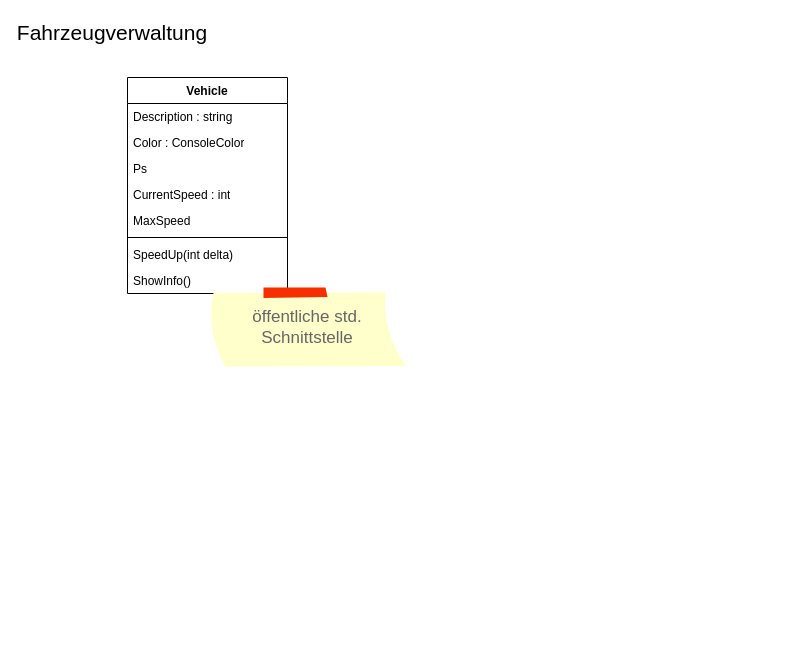
atillakati/sw_developer_2023_trainer keeps this draw.io diagram as src/20231107/Classdiagram_Fahrzeugverwaltung.drawio. Above is the earlier version. Source tidied: cells renumbered, new cells numbered last; positions are measured from the earlier drawing's top-left corner, leaving out a move shared by most shapes. Both pictures are drawn from the tidied source at 100%, with x=0, y=0 at pixel (37, 17).
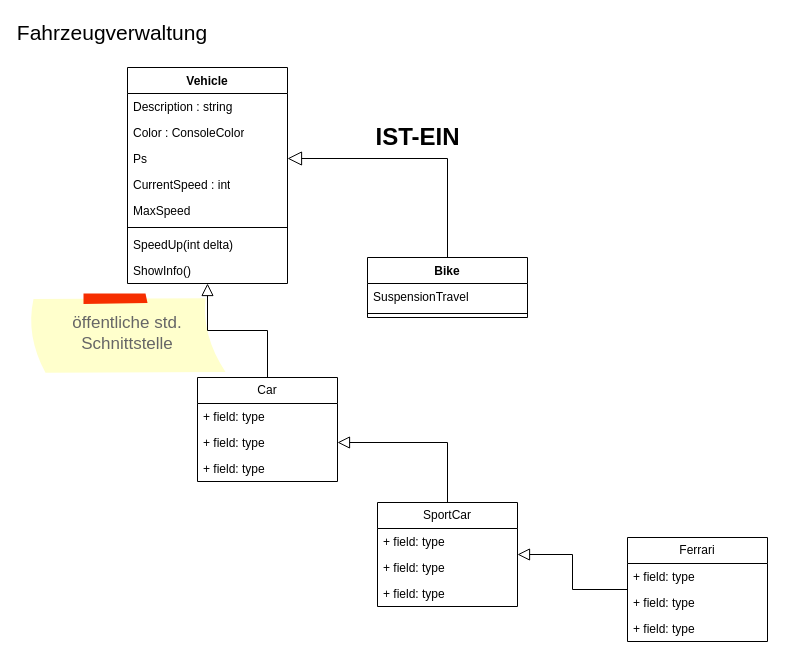
The same page after the edit.

Unchanged cells that the change refers to:
```xml
<mxCell id="5" value="Ps" style="text;strokeColor=none;fillColor=none;align=left;verticalAlign=top;spacingLeft=4;spacingRight=4;overflow=hidden;points=[[0,0.5],[1,0.5]];portConstraint=eastwest;whiteSpace=wrap;html=1;" parent="2" vertex="1">
  <mxGeometry y="78" width="160" height="26" as="geometry" />
</mxCell>
```

Diff of the diagram source:
```diff
@@
     <mxCell id="2" value="Vehicle" style="swimlane;fontStyle=1;align=center;verticalAlign=top;horizontal=1;startSize=26;whiteSpace=wrap;html=1;" parent="1" vertex="1">
-      <mxGeometry x="90" y="60" width="160" height="216" as="geometry" />
+      <mxGeometry x="90" y="50" width="160" height="216" as="geometry" />
     </mxCell>
@@
     <mxCell id="12" value="öffentliche std. Schnittstelle" style="strokeWidth=1;shadow=0;dashed=0;align=center;html=1;shape=mxgraph.mockup.text.stickyNote2;fontColor=#666666;mainText=;fontSize=17;whiteSpace=wrap;fillColor=#ffffcc;strokeColor=#F62E00;" parent="1" vertex="1">
-      <mxGeometry x="170" y="270" width="200" height="80" as="geometry" />
+      <mxGeometry x="-10" y="276" width="200" height="80" as="geometry" />
     </mxCell>
+    <mxCell id="13" value="Bike" style="swimlane;fontStyle=1;align=center;verticalAlign=top;horizontal=1;startSize=26;whiteSpace=wrap;html=1;" parent="1" vertex="1">
+      <mxGeometry x="330" y="240" width="160" height="60" as="geometry" />
+    </mxCell>
+    <mxCell id="14" value="SuspensionTravel" style="text;strokeColor=none;fillColor=none;align=left;verticalAlign=top;spacingLeft=4;spacingRight=4;overflow=hidden;whiteSpace=wrap;html=1;" parent="13" vertex="1">
+      <mxGeometry y="26" width="160" height="26" as="geometry" />
+    </mxCell>
+    <mxCell id="15" style="line;strokeWidth=1;fillColor=none;align=left;verticalAlign=middle;spacingTop=-1;spacingLeft=3;spacingRight=3;labelPosition=right;strokeColor=inherit;" parent="13" vertex="1">
+      <mxGeometry y="52" width="160" height="8" as="geometry" />
+    </mxCell>
+    <mxCell id="16" style="edgeStyle=orthogonalEdgeStyle;rounded=0;jettySize=auto;html=1;endArrow=block;endFill=0;endSize=12;exitX=0.5;exitY=0;exitDx=0;exitDy=0;" parent="1" edge="1" source="13" target="5">
+      <mxGeometry relative="1" as="geometry" />
+    </mxCell>
+    <mxCell id="17" value="IST-EIN" style="text;strokeColor=none;fillColor=none;html=1;fontSize=24;fontStyle=1;verticalAlign=middle;align=center;" parent="1" vertex="1">
+      <mxGeometry x="330" y="100" width="100" height="40" as="geometry" />
+    </mxCell>
+    <mxCell id="18" style="edgeStyle=orthogonalEdgeStyle;rounded=0;jettySize=auto;html=1;endArrow=block;endFill=0;endSize=10;" parent="1" edge="1" source="19" target="2">
+      <mxGeometry relative="1" as="geometry" />
+    </mxCell>
+    <mxCell id="19" value="Car" style="swimlane;fontStyle=0;horizontal=1;startSize=26;fillColor=none;whiteSpace=wrap;html=1;" parent="1" vertex="1">
+      <mxGeometry x="160" y="360" width="140" height="104" as="geometry" />
+    </mxCell>
+    <mxCell id="20" value="+ field: type" style="text;strokeColor=none;fillColor=none;align=left;verticalAlign=top;spacingLeft=4;spacingRight=4;overflow=hidden;whiteSpace=wrap;html=1;" parent="19" vertex="1">
+      <mxGeometry y="26" width="140" height="26" as="geometry" />
+    </mxCell>
+    <mxCell id="21" value="+ field: type" style="text;strokeColor=none;fillColor=none;align=left;verticalAlign=top;spacingLeft=4;spacingRight=4;overflow=hidden;points=[[0,0.5],[1,0.5]];portConstraint=eastwest;whiteSpace=wrap;html=1;" parent="19" vertex="1">
+      <mxGeometry y="52" width="140" height="26" as="geometry" />
+    </mxCell>
+    <mxCell id="22" value="+ field: type" style="text;strokeColor=none;fillColor=none;align=left;verticalAlign=top;spacingLeft=4;spacingRight=4;overflow=hidden;whiteSpace=wrap;html=1;" parent="19" vertex="1">
+      <mxGeometry y="78" width="140" height="26" as="geometry" />
+    </mxCell>
+    <mxCell id="23" style="edgeStyle=orthogonalEdgeStyle;rounded=0;jettySize=auto;html=1;endArrow=block;endFill=0;endSize=10;" parent="1" edge="1" source="24" target="21">
+      <mxGeometry relative="1" as="geometry" />
+    </mxCell>
+    <mxCell id="24" value="SportCar" style="swimlane;fontStyle=0;horizontal=1;startSize=26;fillColor=none;whiteSpace=wrap;html=1;" parent="1" vertex="1">
+      <mxGeometry x="340" y="485" width="140" height="104" as="geometry" />
+    </mxCell>
+    <mxCell id="25" value="+ field: type" style="text;strokeColor=none;fillColor=none;align=left;verticalAlign=top;spacingLeft=4;spacingRight=4;overflow=hidden;whiteSpace=wrap;html=1;" parent="24" vertex="1">
+      <mxGeometry y="26" width="140" height="26" as="geometry" />
+    </mxCell>
+    <mxCell id="26" value="+ field: type" style="text;strokeColor=none;fillColor=none;align=left;verticalAlign=top;spacingLeft=4;spacingRight=4;overflow=hidden;whiteSpace=wrap;html=1;" parent="24" vertex="1">
+      <mxGeometry y="52" width="140" height="26" as="geometry" />
+    </mxCell>
+    <mxCell id="27" value="+ field: type" style="text;strokeColor=none;fillColor=none;align=left;verticalAlign=top;spacingLeft=4;spacingRight=4;overflow=hidden;whiteSpace=wrap;html=1;" parent="24" vertex="1">
+      <mxGeometry y="78" width="140" height="26" as="geometry" />
+    </mxCell>
+    <mxCell id="28" style="edgeStyle=orthogonalEdgeStyle;rounded=0;jettySize=auto;html=1;endArrow=block;endFill=0;endSize=10;" parent="1" edge="1" source="29" target="24">
+      <mxGeometry relative="1" as="geometry" />
+    </mxCell>
+    <mxCell id="29" value="Ferrari" style="swimlane;fontStyle=0;horizontal=1;startSize=26;fillColor=none;whiteSpace=wrap;html=1;" parent="1" vertex="1">
+      <mxGeometry x="590" y="520" width="140" height="104" as="geometry" />
+    </mxCell>
+    <mxCell id="30" value="+ field: type" style="text;strokeColor=none;fillColor=none;align=left;verticalAlign=top;spacingLeft=4;spacingRight=4;overflow=hidden;whiteSpace=wrap;html=1;" parent="29" vertex="1">
+      <mxGeometry y="26" width="140" height="26" as="geometry" />
+    </mxCell>
+    <mxCell id="31" value="+ field: type" style="text;strokeColor=none;fillColor=none;align=left;verticalAlign=top;spacingLeft=4;spacingRight=4;overflow=hidden;whiteSpace=wrap;html=1;" parent="29" vertex="1">
+      <mxGeometry y="52" width="140" height="26" as="geometry" />
+    </mxCell>
+    <mxCell id="32" value="+ field: type" style="text;strokeColor=none;fillColor=none;align=left;verticalAlign=top;spacingLeft=4;spacingRight=4;overflow=hidden;whiteSpace=wrap;html=1;" parent="29" vertex="1">
+      <mxGeometry y="78" width="140" height="26" as="geometry" />
+    </mxCell>
```
